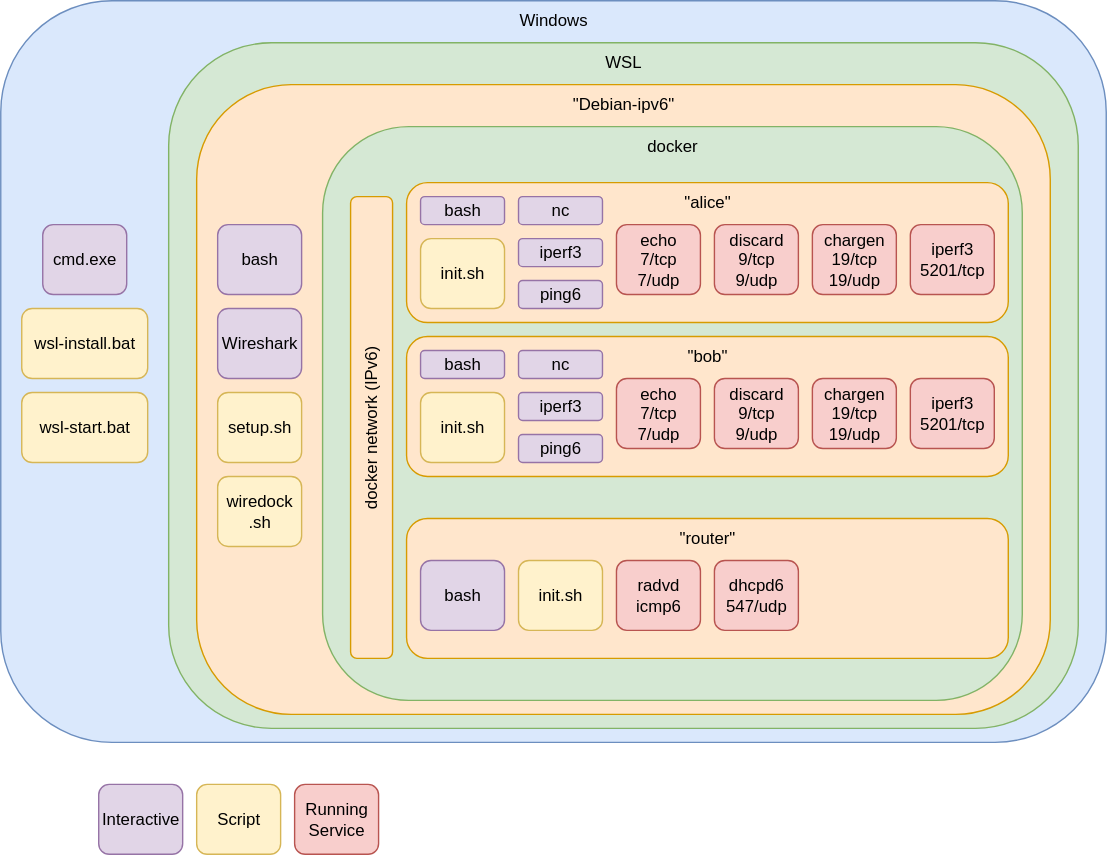
The draw.io diagram images/ipv6_testbed.svg in YannikSue/ipv6, before a commit. Source tidied: cells renumbered, new cells last; positions are measured from the earlier drawing's top-left corner, leaving out a move shared by most shapes. Its diagram source:
```xml
<mxGraphModel>
  <root>
    <mxCell id="0" />
    <mxCell id="1" parent="0" />
    <mxCell id="2" value="Windows" style="rounded=1;whiteSpace=wrap;html=1;verticalAlign=top;fillColor=#dae8fc;strokeColor=#6c8ebf;fontColor=#000000;" parent="1" vertex="1">
      <mxGeometry width="790" height="530" as="geometry" />
    </mxCell>
    <mxCell id="3" value="WSL" style="rounded=1;whiteSpace=wrap;html=1;verticalAlign=top;fillColor=#d5e8d4;strokeColor=#82b366;fontColor=#000000;" parent="1" vertex="1">
      <mxGeometry x="120" y="30" width="650" height="490" as="geometry" />
    </mxCell>
    <mxCell id="4" value="&quot;Debian-ipv6&quot;" style="rounded=1;whiteSpace=wrap;html=1;verticalAlign=top;fillColor=#ffe6cc;strokeColor=#d79b00;fontColor=#000000;" parent="1" vertex="1">
      <mxGeometry x="140" y="60" width="610" height="450" as="geometry" />
    </mxCell>
    <mxCell id="5" value="docker" style="rounded=1;whiteSpace=wrap;html=1;verticalAlign=top;fillColor=#d5e8d4;strokeColor=#82b366;fontColor=#000000;" parent="1" vertex="1">
      <mxGeometry x="230" y="90" width="500" height="410" as="geometry" />
    </mxCell>
    <mxCell id="6" value="&quot;alice&quot;" style="rounded=1;whiteSpace=wrap;html=1;verticalAlign=top;fillColor=#ffe6cc;strokeColor=#d79b00;fontColor=#000000;" parent="1" vertex="1">
      <mxGeometry x="290" y="130" width="430" height="100" as="geometry" />
    </mxCell>
    <mxCell id="7" value="&quot;bob&quot;" style="rounded=1;whiteSpace=wrap;html=1;verticalAlign=top;fillColor=#ffe6cc;strokeColor=#d79b00;fontColor=#000000;" parent="1" vertex="1">
      <mxGeometry x="290" y="240" width="430" height="100" as="geometry" />
    </mxCell>
    <mxCell id="8" value="&quot;router&quot;" style="rounded=1;whiteSpace=wrap;html=1;verticalAlign=top;fillColor=#ffe6cc;strokeColor=#d79b00;fontColor=#000000;" parent="1" vertex="1">
      <mxGeometry x="290" y="370" width="430" height="100" as="geometry" />
    </mxCell>
    <mxCell id="9" value="echo&lt;div&gt;7/tcp&lt;/div&gt;&lt;div&gt;7/udp&lt;/div&gt;" style="rounded=1;whiteSpace=wrap;html=1;verticalAlign=middle;fillColor=#f8cecc;strokeColor=#b85450;fontColor=#000000;" parent="1" vertex="1">
      <mxGeometry x="440" y="160" width="60" height="50" as="geometry" />
    </mxCell>
    <mxCell id="10" value="discard&lt;div&gt;9/tcp&lt;/div&gt;&lt;div&gt;9/udp&lt;/div&gt;" style="rounded=1;whiteSpace=wrap;html=1;verticalAlign=middle;fillColor=#f8cecc;strokeColor=#b85450;fontColor=#000000;" parent="1" vertex="1">
      <mxGeometry x="510" y="160" width="60" height="50" as="geometry" />
    </mxCell>
    <mxCell id="11" value="chargen&lt;div&gt;19/tcp&lt;/div&gt;&lt;div&gt;19/ud&lt;span style=&quot;background-color: transparent;&quot;&gt;p&lt;/span&gt;&lt;/div&gt;" style="rounded=1;whiteSpace=wrap;html=1;verticalAlign=middle;fillColor=#f8cecc;strokeColor=#b85450;fontColor=#000000;" parent="1" vertex="1">
      <mxGeometry x="580" y="160" width="60" height="50" as="geometry" />
    </mxCell>
    <mxCell id="12" value="iperf3&lt;div&gt;5201/tcp&lt;/div&gt;" style="rounded=1;whiteSpace=wrap;html=1;verticalAlign=middle;fillColor=#f8cecc;strokeColor=#b85450;fontColor=#000000;" parent="1" vertex="1">
      <mxGeometry x="650" y="160" width="60" height="50" as="geometry" />
    </mxCell>
    <mxCell id="13" value="radvd&lt;div&gt;icmp6&lt;/div&gt;" style="rounded=1;whiteSpace=wrap;html=1;verticalAlign=middle;fillColor=#f8cecc;strokeColor=#b85450;fontColor=#000000;" parent="1" vertex="1">
      <mxGeometry x="440" y="400" width="60" height="50" as="geometry" />
    </mxCell>
    <mxCell id="14" value="bash" style="rounded=1;whiteSpace=wrap;html=1;verticalAlign=middle;fillColor=#e1d5e7;strokeColor=#9673a6;fontColor=#000000;" parent="1" vertex="1">
      <mxGeometry x="155" y="160" width="60" height="50" as="geometry" />
    </mxCell>
    <mxCell id="15" value="Wireshark" style="rounded=1;whiteSpace=wrap;html=1;verticalAlign=middle;fillColor=#e1d5e7;strokeColor=#9673a6;fontColor=#000000;" parent="1" vertex="1">
      <mxGeometry x="155" y="220" width="60" height="50" as="geometry" />
    </mxCell>
    <mxCell id="16" value="cmd.exe" style="rounded=1;whiteSpace=wrap;html=1;verticalAlign=middle;fillColor=#e1d5e7;strokeColor=#9673a6;fontColor=#000000;" parent="1" vertex="1">
      <mxGeometry x="30" y="160" width="60" height="50" as="geometry" />
    </mxCell>
    <mxCell id="17" value="wsl-install.bat" style="rounded=1;whiteSpace=wrap;html=1;verticalAlign=middle;fillColor=#fff2cc;strokeColor=#d6b656;fontColor=#000000;" parent="1" vertex="1">
      <mxGeometry x="15" y="220" width="90" height="50" as="geometry" />
    </mxCell>
    <mxCell id="18" value="wsl-start.bat" style="rounded=1;whiteSpace=wrap;html=1;verticalAlign=middle;fillColor=#fff2cc;strokeColor=#d6b656;fontColor=#000000;" parent="1" vertex="1">
      <mxGeometry x="15" y="280" width="90" height="50" as="geometry" />
    </mxCell>
    <mxCell id="19" value="setup.sh" style="rounded=1;whiteSpace=wrap;html=1;verticalAlign=middle;fillColor=#fff2cc;strokeColor=#d6b656;fontColor=#000000;" parent="1" vertex="1">
      <mxGeometry x="155" y="280" width="60" height="50" as="geometry" />
    </mxCell>
    <mxCell id="20" value="init.sh" style="rounded=1;whiteSpace=wrap;html=1;verticalAlign=middle;fillColor=#fff2cc;strokeColor=#d6b656;fontColor=#000000;" parent="1" vertex="1">
      <mxGeometry x="300" y="170" width="60" height="50" as="geometry" />
    </mxCell>
    <mxCell id="21" value="init.sh" style="rounded=1;whiteSpace=wrap;html=1;verticalAlign=middle;fillColor=#fff2cc;strokeColor=#d6b656;fontColor=#000000;" parent="1" vertex="1">
      <mxGeometry x="370" y="400" width="60" height="50" as="geometry" />
    </mxCell>
    <mxCell id="22" value="docker network (IPv6)" style="rounded=1;whiteSpace=wrap;html=1;verticalAlign=middle;fillColor=#ffe6cc;strokeColor=#d79b00;rotation=-90;fontColor=#000000;" parent="1" vertex="1">
      <mxGeometry x="100" y="290" width="330" height="30" as="geometry" />
    </mxCell>
    <mxCell id="23" value="bash" style="rounded=1;whiteSpace=wrap;html=1;verticalAlign=middle;fillColor=#e1d5e7;strokeColor=#9673a6;fontColor=#000000;" parent="1" vertex="1">
      <mxGeometry x="300" y="140" width="60" height="20" as="geometry" />
    </mxCell>
    <mxCell id="24" value="bash" style="rounded=1;whiteSpace=wrap;html=1;verticalAlign=middle;fillColor=#e1d5e7;strokeColor=#9673a6;fontColor=#000000;" parent="1" vertex="1">
      <mxGeometry x="300" y="400" width="60" height="50" as="geometry" />
    </mxCell>
    <mxCell id="25" value="Running&lt;div&gt;Service&lt;/div&gt;" style="rounded=1;whiteSpace=wrap;html=1;verticalAlign=middle;fillColor=#f8cecc;strokeColor=#b85450;fontColor=#000000;" parent="1" vertex="1">
      <mxGeometry x="210" y="560" width="60" height="50" as="geometry" />
    </mxCell>
    <mxCell id="26" value="Script" style="rounded=1;whiteSpace=wrap;html=1;verticalAlign=middle;fillColor=#fff2cc;strokeColor=#d6b656;fontColor=#000000;" parent="1" vertex="1">
      <mxGeometry x="140" y="560" width="60" height="50" as="geometry" />
    </mxCell>
    <mxCell id="27" value="Interactive" style="rounded=1;whiteSpace=wrap;html=1;verticalAlign=middle;fillColor=#e1d5e7;strokeColor=#9673a6;fontColor=#000000;" parent="1" vertex="1">
      <mxGeometry x="70" y="560" width="60" height="50" as="geometry" />
    </mxCell>
    <mxCell id="28" value="nc" style="rounded=1;whiteSpace=wrap;html=1;verticalAlign=middle;fillColor=#e1d5e7;strokeColor=#9673a6;fontColor=#000000;" parent="1" vertex="1">
      <mxGeometry x="370" y="140" width="60" height="20" as="geometry" />
    </mxCell>
    <mxCell id="29" value="iperf3" style="rounded=1;whiteSpace=wrap;html=1;verticalAlign=middle;fillColor=#e1d5e7;strokeColor=#9673a6;fontColor=#000000;" parent="1" vertex="1">
      <mxGeometry x="370" y="170" width="60" height="20" as="geometry" />
    </mxCell>
    <mxCell id="30" value="ping6" style="rounded=1;whiteSpace=wrap;html=1;verticalAlign=middle;fillColor=#e1d5e7;strokeColor=#9673a6;fontColor=#000000;" parent="1" vertex="1">
      <mxGeometry x="370" y="200" width="60" height="20" as="geometry" />
    </mxCell>
    <mxCell id="31" value="init.sh" style="rounded=1;whiteSpace=wrap;html=1;verticalAlign=middle;fillColor=#fff2cc;strokeColor=#d6b656;fontColor=#000000;" parent="1" vertex="1">
      <mxGeometry x="300" y="280" width="60" height="50" as="geometry" />
    </mxCell>
    <mxCell id="32" value="bash" style="rounded=1;whiteSpace=wrap;html=1;verticalAlign=middle;fillColor=#e1d5e7;strokeColor=#9673a6;fontColor=#000000;" parent="1" vertex="1">
      <mxGeometry x="300" y="250" width="60" height="20" as="geometry" />
    </mxCell>
    <mxCell id="33" value="nc" style="rounded=1;whiteSpace=wrap;html=1;verticalAlign=middle;fillColor=#e1d5e7;strokeColor=#9673a6;fontColor=#000000;" parent="1" vertex="1">
      <mxGeometry x="370" y="250" width="60" height="20" as="geometry" />
    </mxCell>
    <mxCell id="34" value="iperf3" style="rounded=1;whiteSpace=wrap;html=1;verticalAlign=middle;fillColor=#e1d5e7;strokeColor=#9673a6;fontColor=#000000;" parent="1" vertex="1">
      <mxGeometry x="370" y="280" width="60" height="20" as="geometry" />
    </mxCell>
    <mxCell id="35" value="ping6" style="rounded=1;whiteSpace=wrap;html=1;verticalAlign=middle;fillColor=#e1d5e7;strokeColor=#9673a6;fontColor=#000000;" parent="1" vertex="1">
      <mxGeometry x="370" y="310" width="60" height="20" as="geometry" />
    </mxCell>
    <mxCell id="36" value="dhcpd6&lt;div&gt;547/udp&lt;/div&gt;" style="rounded=1;whiteSpace=wrap;html=1;verticalAlign=middle;fillColor=#f8cecc;strokeColor=#b85450;fontColor=#000000;" parent="1" vertex="1">
      <mxGeometry x="510" y="400" width="60" height="50" as="geometry" />
    </mxCell>
    <mxCell id="37" value="wiredock&lt;div&gt;.sh&lt;/div&gt;" style="rounded=1;whiteSpace=wrap;html=1;verticalAlign=middle;fillColor=#fff2cc;strokeColor=#d6b656;fontColor=#000000;" parent="1" vertex="1">
      <mxGeometry x="155" y="340" width="60" height="50" as="geometry" />
    </mxCell>
    <mxCell id="38" value="echo&lt;div&gt;7/tcp&lt;/div&gt;&lt;div&gt;7/udp&lt;/div&gt;" style="rounded=1;whiteSpace=wrap;html=1;verticalAlign=middle;fillColor=#f8cecc;strokeColor=#b85450;fontColor=#000000;" parent="1" vertex="1">
      <mxGeometry x="440" y="270" width="60" height="50" as="geometry" />
    </mxCell>
    <mxCell id="39" value="discard&lt;div&gt;9/tcp&lt;/div&gt;&lt;div&gt;9/udp&lt;/div&gt;" style="rounded=1;whiteSpace=wrap;html=1;verticalAlign=middle;fillColor=#f8cecc;strokeColor=#b85450;fontColor=#000000;" parent="1" vertex="1">
      <mxGeometry x="510" y="270" width="60" height="50" as="geometry" />
    </mxCell>
    <mxCell id="40" value="chargen&lt;div&gt;19/tcp&lt;/div&gt;&lt;div&gt;19/ud&lt;span style=&quot;background-color: transparent;&quot;&gt;p&lt;/span&gt;&lt;/div&gt;" style="rounded=1;whiteSpace=wrap;html=1;verticalAlign=middle;fillColor=#f8cecc;strokeColor=#b85450;fontColor=#000000;" parent="1" vertex="1">
      <mxGeometry x="580" y="270" width="60" height="50" as="geometry" />
    </mxCell>
    <mxCell id="41" value="iperf3&lt;div&gt;5201/tcp&lt;/div&gt;" style="rounded=1;whiteSpace=wrap;html=1;verticalAlign=middle;fillColor=#f8cecc;strokeColor=#b85450;fontColor=#000000;" parent="1" vertex="1">
      <mxGeometry x="650" y="270" width="60" height="50" as="geometry" />
    </mxCell>
  </root>
</mxGraphModel>
```
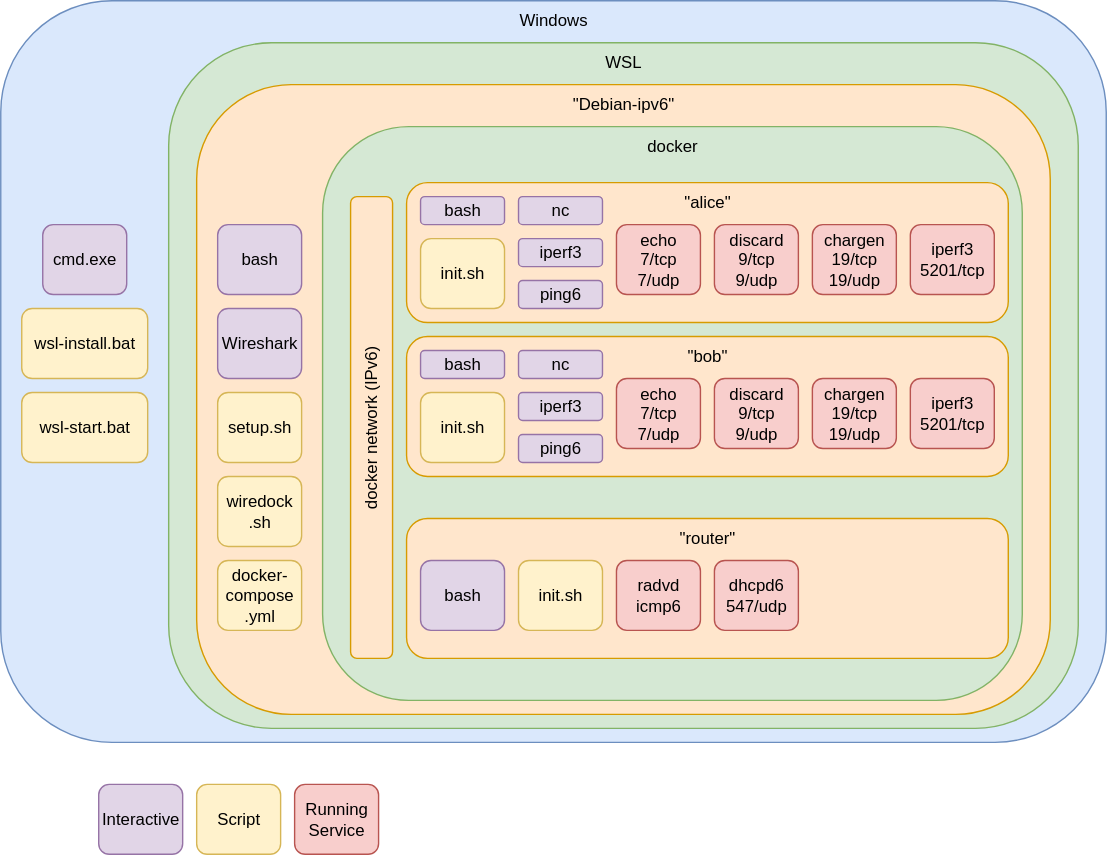
The same file after the commit.

What changed in the source:
```diff
@@ -122,5 +122,8 @@
     <mxCell id="41" value="iperf3&lt;div&gt;5201/tcp&lt;/div&gt;" style="rounded=1;whiteSpace=wrap;html=1;verticalAlign=middle;fillColor=#f8cecc;strokeColor=#b85450;fontColor=#000000;" parent="1" vertex="1">
       <mxGeometry x="650" y="270" width="60" height="50" as="geometry" />
     </mxCell>
+    <mxCell id="42" value="&lt;font&gt;docker-&lt;/font&gt;&lt;div&gt;&lt;font&gt;compose&lt;/font&gt;&lt;/div&gt;&lt;div&gt;&lt;font&gt;.yml&lt;/font&gt;&lt;/div&gt;" style="rounded=1;whiteSpace=wrap;html=1;verticalAlign=middle;fillColor=#fff2cc;strokeColor=#d6b656;fontColor=#000000;" parent="1" vertex="1">
+      <mxGeometry x="155" y="400" width="60" height="50" as="geometry" />
+    </mxCell>
   </root>
 </mxGraphModel>
```
